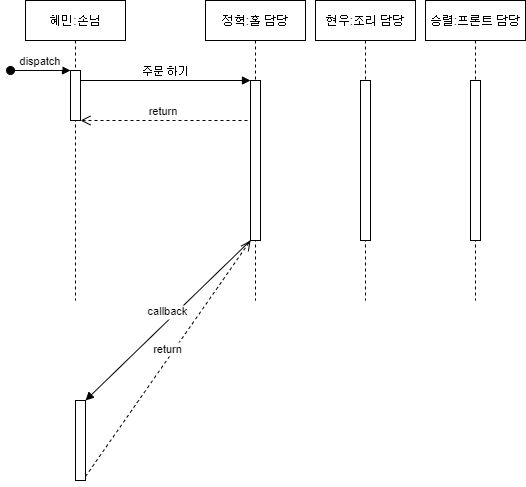
Earlier version of the draw.io export Sequence Diagram.png (HyeminBaek/Software_engineering_HW). Source tidied: cells renumbered, new cells last; positions are measured from the earlier drawing's top-left corner, leaving out a move shared by most shapes.
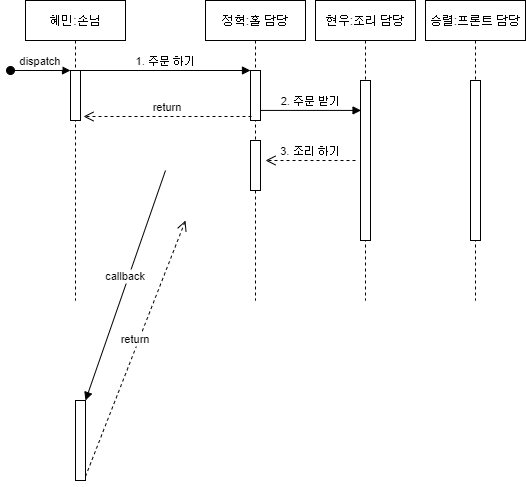
The same file after the commit.

Change to the diagram source:
```diff
@@ -17,19 +17,28 @@
       <mxGeometry x="195" width="100" height="300" as="geometry" />
     </mxCell>
     <mxCell id="6" style="points=[];perimeter=orthogonalPerimeter;rounded=0;shadow=0;strokeWidth=1;" parent="5" vertex="1">
-      <mxGeometry x="45" y="80" width="10" height="160" as="geometry" />
+      <mxGeometry x="45" y="70" width="10" height="50" as="geometry" />
     </mxCell>
+    <mxCell id="16" style="perimeter=orthogonalPerimeter;rounded=0;shadow=0;strokeWidth=1;" parent="5" vertex="1">
+      <mxGeometry x="45" y="140" width="10" height="50" as="geometry" />
+    </mxCell>
-    <mxCell id="7" value="return" style="verticalAlign=bottom;endArrow=open;dashed=1;endSize=8;exitX=-0.3;exitY=0.25;shadow=0;strokeWidth=1;exitDx=0;exitDy=0;exitPerimeter=0;" parent="1" edge="1" source="6" target="3">
-      <mxGeometry relative="1" as="geometry" />
+    <mxCell id="7" value="return" style="verticalAlign=bottom;endArrow=open;dashed=1;endSize=8;shadow=0;strokeWidth=1;entryX=1.3;entryY=0.92;entryDx=0;entryDy=0;entryPerimeter=0;" parent="1" edge="1" target="3">
+      <mxGeometry relative="1" as="geometry">
+        <mxPoint x="241" y="116" as="sourcePoint" />
+      </mxGeometry>
     </mxCell>
-    <mxCell id="8" value="주문 하기" style="verticalAlign=bottom;endArrow=block;entryX=0;entryY=0;shadow=0;strokeWidth=1;" parent="1" edge="1" source="3" target="6">
+    <mxCell id="8" value="1. 주문 하기" style="verticalAlign=bottom;endArrow=block;entryX=0;entryY=0;shadow=0;strokeWidth=1;" parent="1" edge="1" source="3" target="6">
       <mxGeometry relative="1" as="geometry" />
     </mxCell>
-    <mxCell id="9" value="callback" style="verticalAlign=bottom;endArrow=block;entryX=1;entryY=0;shadow=0;strokeWidth=1;" parent="1" edge="1" source="6" target="15">
-      <mxGeometry relative="1" as="geometry" />
+    <mxCell id="9" value="callback" style="verticalAlign=bottom;endArrow=block;entryX=1;entryY=0;shadow=0;strokeWidth=1;" parent="1" edge="1" target="15">
+      <mxGeometry relative="1" as="geometry">
+        <mxPoint x="155" y="170" as="sourcePoint" />
+      </mxGeometry>
     </mxCell>
-    <mxCell id="10" value="return" style="verticalAlign=bottom;endArrow=open;dashed=1;endSize=8;exitX=1;exitY=0.95;shadow=0;strokeWidth=1;" parent="1" edge="1" source="15" target="6">
-      <mxGeometry relative="1" as="geometry" />
+    <mxCell id="10" value="return" style="verticalAlign=bottom;endArrow=open;dashed=1;endSize=8;exitX=1;exitY=0.95;shadow=0;strokeWidth=1;" parent="1" edge="1" source="15">
+      <mxGeometry relative="1" as="geometry">
+        <mxPoint x="175" y="220" as="targetPoint" />
+      </mxGeometry>
     </mxCell>
     <mxCell id="11" value="현우:조리 담당" style="shape=umlLifeline;perimeter=lifelinePerimeter;rounded=0;shadow=0;strokeWidth=1;" parent="1" vertex="1">
       <mxGeometry x="305" width="100" height="300" as="geometry" />
@@ -46,5 +55,14 @@
     <mxCell id="15" style="points=[];perimeter=orthogonalPerimeter;rounded=0;shadow=0;strokeWidth=1;" parent="1" vertex="1">
       <mxGeometry x="65" y="400" width="10" height="80" as="geometry" />
     </mxCell>
+    <mxCell id="17" value="2. 주문 받기" style="verticalAlign=bottom;endArrow=block;entryX=0.055;entryY=0.187;shadow=0;strokeWidth=1;entryDx=0;entryDy=0;entryPerimeter=0;" parent="1" edge="1" source="6" target="12">
+      <mxGeometry relative="1" as="geometry" />
+    </mxCell>
+    <mxCell id="18" value="3. 조리 하기" style="verticalAlign=bottom;endArrow=open;dashed=1;endSize=8;shadow=0;strokeWidth=1;" parent="1" edge="1">
+      <mxGeometry relative="1" as="geometry">
+        <mxPoint x="345" y="160" as="sourcePoint" />
+        <mxPoint x="255" y="160" as="targetPoint" />
+      </mxGeometry>
+    </mxCell>
   </root>
 </mxGraphModel>
```
